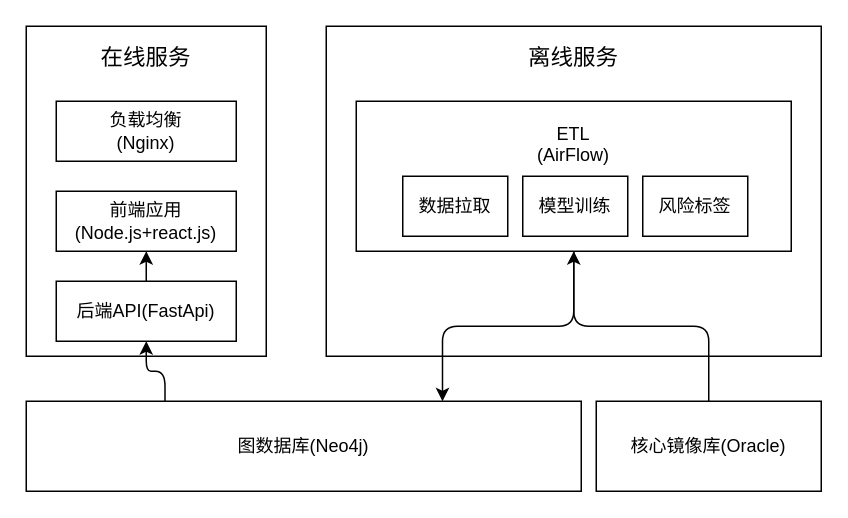
XiaoLiuAI/diagrams keeps this draw.io diagram as page "技术架构图" (1 of 3) of taiping-arch.drawio. Above is the earlier version. Source tidied: cells renumbered, new cells numbered last; positions are measured from the earlier drawing's top-left corner, leaving out a move shared by most shapes. Both pictures are drawn from the tidied source at 150%, with x=0, y=0 at pixel (26, 26).
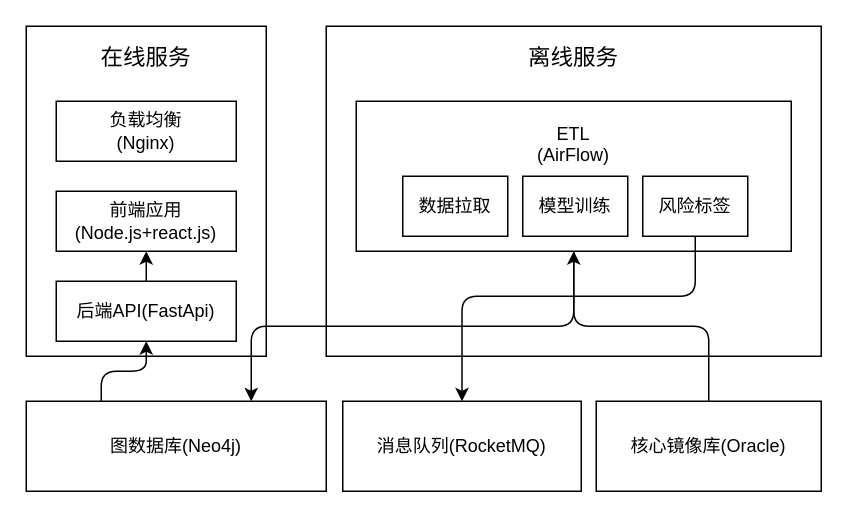
Above is the later version.

The change refers to these unchanged cells:
```xml
<mxCell id="13" value="风险标签" style="rounded=0;whiteSpace=wrap;html=1;" parent="1" vertex="1">
  <mxGeometry x="411" y="100" width="70" height="40" as="geometry" />
</mxCell>
```

The edit, as a diff of the source:
```diff
@@
     <mxCell id="6" value="图数据库(Neo4j)" style="rounded=0;whiteSpace=wrap;html=1;" parent="1" vertex="1">
-      <mxGeometry y="250" width="370" height="60" as="geometry" />
+      <mxGeometry y="250" width="200" height="60" as="geometry" />
     </mxCell>
@@
+    <mxCell id="19" value="消息队列(RocketMQ)" style="rounded=0;whiteSpace=wrap;html=1;" parent="1" vertex="1">
+      <mxGeometry x="211" y="250" width="159" height="60" as="geometry" />
+    </mxCell>
+    <mxCell id="20" style="edgeStyle=elbowEdgeStyle;elbow=vertical;endArrow=classic;html=1;entryX=0.5;entryY=0;entryDx=0;entryDy=0;exitX=0.5;exitY=1;exitDx=0;exitDy=0;" parent="1" edge="1" source="13" target="19">
+      <mxGeometry relative="1" as="geometry">
+        <Array as="points">
+          <mxPoint x="370" y="180" />
+        </Array>
+      </mxGeometry>
+    </mxCell>
```
